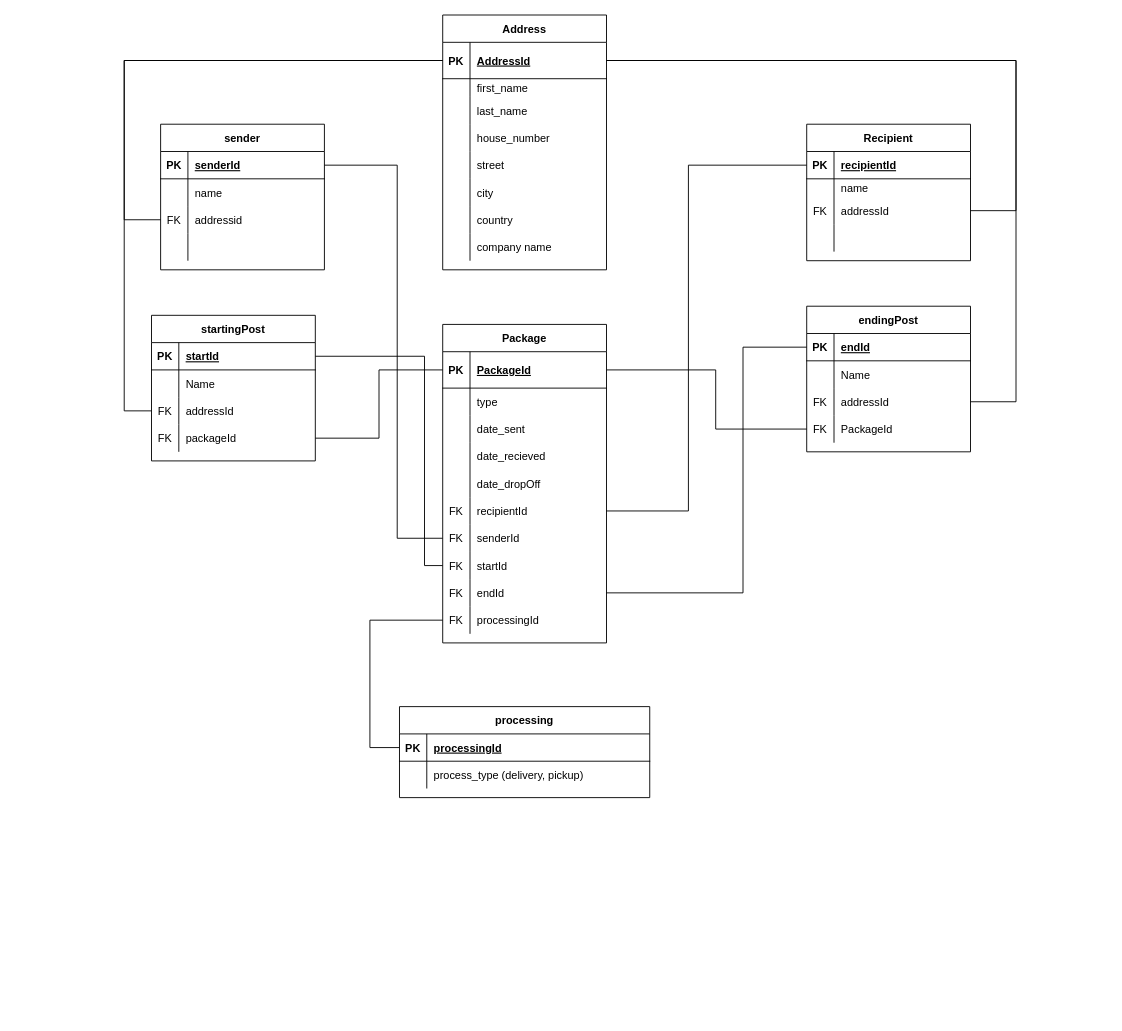
The draw.io diagram page "Page-5" (4 of 4) of Untitled Diagram.drawio in kblankenhorn/CFLMS-KimberleyB-CodeReview-09, before the edit. Source tidied: cells renumbered, new cells numbered last; positions are measured from the earlier drawing's top-left corner, leaving out a move shared by most shapes. Both pictures are drawn from the tidied source at 91%, with x=0, y=0 at pixel (124, 15).
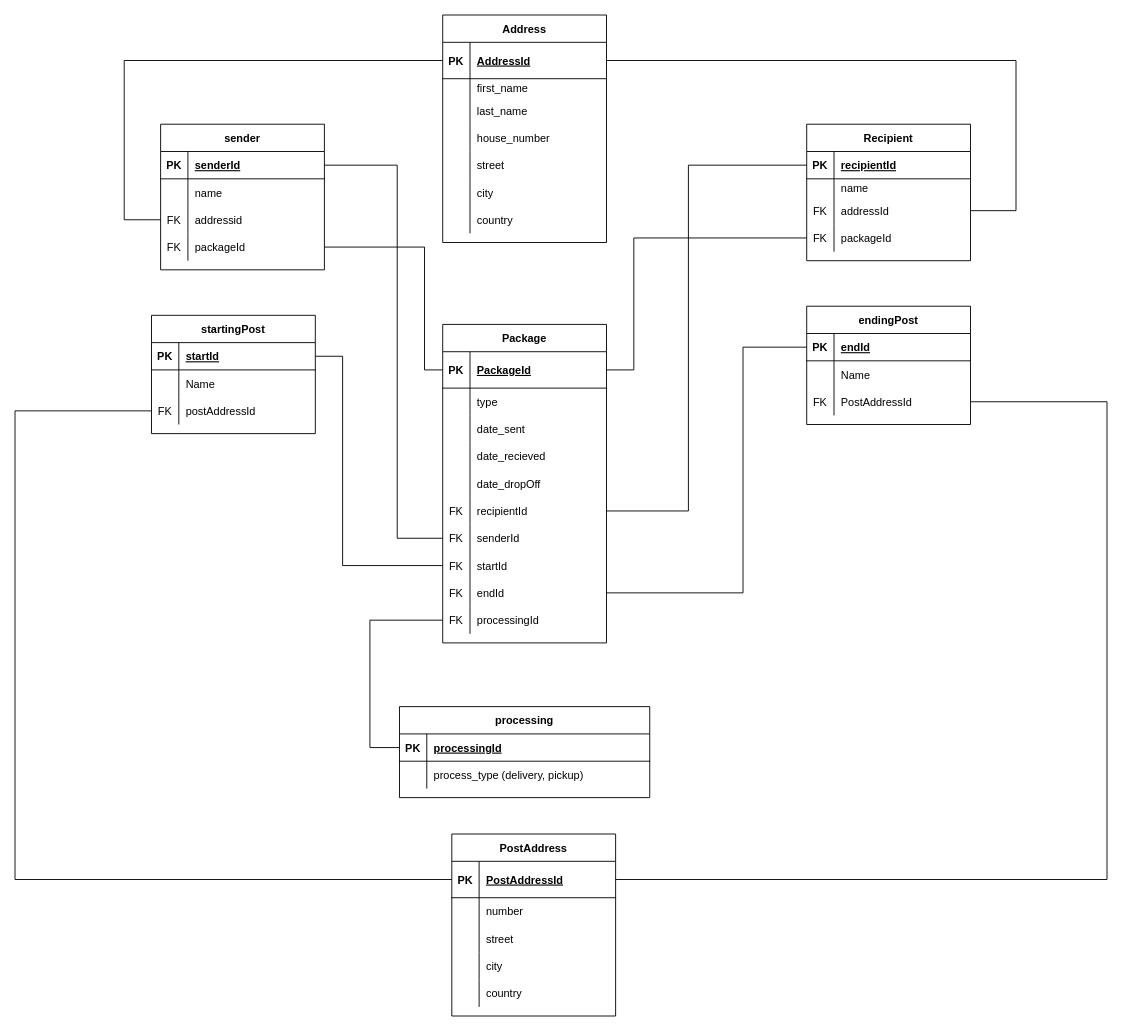
Above is the later version.

The change refers to these unchanged cells:
```xml
<mxCell id="12" style="shape=partialRectangle;fillColor=none;top=0;left=0;bottom=0;right=0;points=[[0,0.5],[1,0.5]];portConstraint=eastwest;" parent="2" vertex="1">
  <mxGeometry y="110" width="180" height="30" as="geometry" />
</mxCell>
<mxCell id="16" style="shape=partialRectangle;fillColor=none;top=0;left=0;bottom=1;right=0;points=[[0,0.5],[1,0.5]];portConstraint=eastwest;" parent="15" vertex="1">
  <mxGeometry y="30" width="180" height="30" as="geometry" />
</mxCell>
<mxCell id="22" style="shape=partialRectangle;fillColor=none;top=0;left=0;bottom=0;right=0;points=[[0,0.5],[1,0.5]];portConstraint=eastwest;" parent="15" vertex="1">
  <mxGeometry y="90" width="180" height="30" as="geometry" />
</mxCell>
<mxCell id="36" style="shape=partialRectangle;fillColor=none;top=0;left=0;bottom=1;right=0;points=[[0,0.5],[1,0.5]];portConstraint=eastwest;" parent="35" vertex="1">
  <mxGeometry y="30" width="180" height="40" as="geometry" />
</mxCell>
<mxCell id="70" style="shape=partialRectangle;fillColor=none;top=0;left=0;bottom=0;right=0;points=[[0,0.5],[1,0.5]];portConstraint=eastwest;" parent="60" vertex="1">
  <mxGeometry y="120" width="180" height="30" as="geometry" />
</mxCell>
<mxCell id="74" style="shape=partialRectangle;fillColor=none;top=0;left=0;bottom=1;right=0;points=[[0,0.5],[1,0.5]];portConstraint=eastwest;" parent="73" vertex="1">
  <mxGeometry y="30" width="180" height="40" as="geometry" />
</mxCell>
<mxCell id="95" style="shape=partialRectangle;fillColor=none;top=0;left=0;bottom=0;right=0;points=[[0,0.5],[1,0.5]];portConstraint=eastwest;" parent="73" vertex="1">
  <mxGeometry y="250" width="180" height="30" as="geometry" />
</mxCell>
<mxCell id="112" style="shape=partialRectangle;fillColor=none;top=0;left=0;bottom=0;right=0;points=[[0,0.5],[1,0.5]];portConstraint=eastwest;" parent="105" vertex="1">
  <mxGeometry y="90" width="180" height="30" as="geometry" />
</mxCell>
```

The edit, as a diff of the source:
```diff
@@
-    <mxCell id="13" style="shape=partialRectangle;fillColor=none;top=0;left=0;bottom=0;right=0;overflow=hidden;" parent="12" vertex="1">
+    <mxCell id="13" value="FK" style="shape=partialRectangle;fillColor=none;top=0;left=0;bottom=0;right=0;overflow=hidden;" parent="12" vertex="1">
       <mxGeometry width="30" height="30" as="geometry" />
     </mxCell>
-    <mxCell id="14" style="shape=partialRectangle;fillColor=none;top=0;left=0;bottom=0;right=0;align=left;spacingLeft=6;overflow=hidden;" parent="12" vertex="1">
+    <mxCell id="14" value="packageId" style="shape=partialRectangle;fillColor=none;top=0;left=0;bottom=0;right=0;align=left;spacingLeft=6;overflow=hidden;" parent="12" vertex="1">
       <mxGeometry x="30" width="150" height="30" as="geometry" />
     </mxCell>
     <mxCell id="15" value="startingPost" style="shape=table;startSize=30;childLayout=tableLayout;rowLines=0;fontStyle=1;align=center;" parent="1" vertex="1">
-      <mxGeometry x="30" y="330" width="180" height="160" as="geometry" />
+      <mxGeometry x="30" y="330" width="180" height="130" as="geometry" />
     </mxCell>
@@
-    <mxCell id="24" value="addressId" style="shape=partialRectangle;fillColor=none;top=0;left=0;bottom=0;right=0;align=left;spacingLeft=6;overflow=hidden;" parent="22" vertex="1">
+    <mxCell id="24" value="postAddressId" style="shape=partialRectangle;fillColor=none;top=0;left=0;bottom=0;right=0;align=left;spacingLeft=6;overflow=hidden;" parent="22" vertex="1">
       <mxGeometry x="30" width="150" height="30" as="geometry" />
     </mxCell>
-    <mxCell id="25" style="shape=partialRectangle;fillColor=none;top=0;left=0;bottom=0;right=0;points=[[0,0.5],[1,0.5]];portConstraint=eastwest;" parent="15" vertex="1">
-      <mxGeometry y="120" width="180" height="30" as="geometry" />
-    </mxCell>
-    <mxCell id="26" value="FK" style="shape=partialRectangle;fillColor=none;top=0;left=0;bottom=0;right=0;overflow=hidden;" parent="25" vertex="1">
-      <mxGeometry width="30" height="30" as="geometry" />
-    </mxCell>
-    <mxCell id="27" value="packageId" style="shape=partialRectangle;fillColor=none;top=0;left=0;bottom=0;right=0;align=left;spacingLeft=6;overflow=hidden;" parent="25" vertex="1">
-      <mxGeometry x="30" width="150" height="30" as="geometry" />
-    </mxCell>
@@
     <mxCell id="35" value="Address" style="shape=table;startSize=30;childLayout=tableLayout;rowLines=0;fontStyle=1;align=center;" parent="1" vertex="1">
-      <mxGeometry x="350" width="180" height="280" as="geometry" />
+      <mxGeometry x="350" width="180" height="250" as="geometry" />
     </mxCell>
@@
-    <mxCell id="57" style="shape=partialRectangle;fillColor=none;top=0;left=0;bottom=0;right=0;" parent="35" vertex="1">
-      <mxGeometry y="240" width="180" height="30" as="geometry" />
-    </mxCell>
-    <mxCell id="58" style="shape=partialRectangle;fillColor=none;top=0;left=0;bottom=0;right=0;overflow=hidden;" parent="57" vertex="1">
-      <mxGeometry width="30" height="30" as="geometry" />
-    </mxCell>
-    <mxCell id="59" value="company name" style="shape=partialRectangle;fillColor=none;top=0;left=0;bottom=0;right=0;align=left;spacingLeft=6;overflow=hidden;" parent="57" vertex="1">
-      <mxGeometry x="30" width="150" height="30" as="geometry" />
-    </mxCell>
@@
-    <mxCell id="71" style="shape=partialRectangle;fillColor=none;top=0;left=0;bottom=0;right=0;overflow=hidden;" parent="70" vertex="1">
+    <mxCell id="71" value="FK" style="shape=partialRectangle;fillColor=none;top=0;left=0;bottom=0;right=0;overflow=hidden;" parent="70" vertex="1">
       <mxGeometry width="30" height="30" as="geometry" />
     </mxCell>
-    <mxCell id="72" style="shape=partialRectangle;fillColor=none;top=0;left=0;bottom=0;right=0;align=left;spacingLeft=6;overflow=hidden;" parent="70" vertex="1">
+    <mxCell id="72" value="packageId" style="shape=partialRectangle;fillColor=none;top=0;left=0;bottom=0;right=0;align=left;spacingLeft=6;overflow=hidden;" parent="70" vertex="1">
       <mxGeometry x="30" width="150" height="30" as="geometry" />
     </mxCell>
@@
     <mxCell id="105" value="endingPost" style="shape=table;startSize=30;childLayout=tableLayout;rowLines=0;fontStyle=1;align=center;" parent="1" vertex="1">
-      <mxGeometry x="750" y="320" width="180" height="160" as="geometry" />
+      <mxGeometry x="750" y="320" width="180" height="130" as="geometry" />
     </mxCell>
@@
-    <mxCell id="114" value="addressId" style="shape=partialRectangle;fillColor=none;top=0;left=0;bottom=0;right=0;align=left;spacingLeft=6;overflow=hidden;" parent="112" vertex="1">
+    <mxCell id="114" value="PostAddressId" style="shape=partialRectangle;fillColor=none;top=0;left=0;bottom=0;right=0;align=left;spacingLeft=6;overflow=hidden;" parent="112" vertex="1">
       <mxGeometry x="30" width="150" height="30" as="geometry" />
     </mxCell>
-    <mxCell id="115" style="shape=partialRectangle;fillColor=none;top=0;left=0;bottom=0;right=0;points=[[0,0.5],[1,0.5]];portConstraint=eastwest;" parent="105" vertex="1">
-      <mxGeometry y="120" width="180" height="30" as="geometry" />
-    </mxCell>
-    <mxCell id="116" value="FK" style="shape=partialRectangle;fillColor=none;top=0;left=0;bottom=0;right=0;overflow=hidden;" parent="115" vertex="1">
-      <mxGeometry width="30" height="30" as="geometry" />
-    </mxCell>
-    <mxCell id="117" value="PackageId" style="shape=partialRectangle;fillColor=none;top=0;left=0;bottom=0;right=0;align=left;spacingLeft=6;overflow=hidden;" parent="115" vertex="1">
-      <mxGeometry x="30" width="150" height="30" as="geometry" />
-    </mxCell>
@@
-    <mxCell id="119" style="endArrow=none;html=1;rounded=0;exitX=0;exitY=0.5;exitDx=0;exitDy=0;entryX=0;entryY=0.5;entryDx=0;entryDy=0;" parent="1" edge="1" source="22" target="36">
-      <mxGeometry relative="1" as="geometry">
-        <Array as="points">
-          <mxPoint y="435" />
-          <mxPoint y="50" />
-        </Array>
-      </mxGeometry>
-    </mxCell>
-    <mxCell id="120" style="endArrow=none;html=1;rounded=0;exitX=1;exitY=0.5;exitDx=0;exitDy=0;entryX=1;entryY=0.5;entryDx=0;entryDy=0;" parent="1" edge="1" source="112" target="36">
-      <mxGeometry relative="1" as="geometry">
-        <Array as="points">
-          <mxPoint x="980" y="425" />
-          <mxPoint x="980" y="50" />
-        </Array>
-      </mxGeometry>
-    </mxCell>
-    <mxCell id="121" style="endArrow=none;html=1;rounded=0;exitX=1;exitY=0.5;exitDx=0;exitDy=0;entryX=0;entryY=0.5;entryDx=0;entryDy=0;" parent="1" edge="1" source="25" target="74">
-      <mxGeometry relative="1" as="geometry">
-        <Array as="points">
-          <mxPoint x="280" y="465" />
-          <mxPoint x="280" y="390" />
-        </Array>
-      </mxGeometry>
-    </mxCell>
     <mxCell id="122" style="endArrow=none;html=1;rounded=0;exitX=1;exitY=0.5;exitDx=0;exitDy=0;entryX=0;entryY=0.5;entryDx=0;entryDy=0;" parent="1" edge="1" source="16" target="95">
       <mxGeometry relative="1" as="geometry">
         <Array as="points">
-          <mxPoint x="330" y="375" />
-          <mxPoint x="330" y="605" />
+          <mxPoint x="240" y="375" />
+          <mxPoint x="240" y="605" />
         </Array>
       </mxGeometry>
     </mxCell>
@@
-    <mxCell id="126" style="endArrow=none;html=1;rounded=0;entryX=0;entryY=0.5;entryDx=0;entryDy=0;exitX=1;exitY=0.5;exitDx=0;exitDy=0;" parent="1" edge="1" source="74" target="115">
-      <mxGeometry relative="1" as="geometry">
-        <Array as="points">
-          <mxPoint x="650" y="390" />
-          <mxPoint x="650" y="455" />
-        </Array>
-      </mxGeometry>
-    </mxCell>
@@
+    <mxCell id="128" value="PostAddress" style="shape=table;startSize=30;childLayout=tableLayout;rowLines=0;fontStyle=1;align=center;" parent="1" vertex="1">
+      <mxGeometry x="360" y="900" width="180" height="200" as="geometry" />
+    </mxCell>
+    <mxCell id="129" style="shape=partialRectangle;fillColor=none;top=0;left=0;bottom=1;right=0;points=[[0,0.5],[1,0.5]];portConstraint=eastwest;" parent="128" vertex="1">
+      <mxGeometry y="30" width="180" height="40" as="geometry" />
+    </mxCell>
+    <mxCell id="130" value="PK" style="shape=partialRectangle;fillColor=none;top=0;left=0;bottom=0;right=0;fontStyle=1;overflow=hidden;" parent="129" vertex="1">
+      <mxGeometry width="30" height="40" as="geometry" />
+    </mxCell>
+    <mxCell id="131" value="PostAddressId" style="shape=partialRectangle;fillColor=none;top=0;left=0;bottom=0;right=0;align=left;spacingLeft=6;fontStyle=5;overflow=hidden;" parent="129" vertex="1">
+      <mxGeometry x="30" width="150" height="40" as="geometry" />
+    </mxCell>
+    <mxCell id="132" style="shape=partialRectangle;fillColor=none;top=0;left=0;bottom=0;right=0;" parent="128" vertex="1">
+      <mxGeometry y="70" width="180" height="30" as="geometry" />
+    </mxCell>
+    <mxCell id="133" style="shape=partialRectangle;fillColor=none;top=0;left=0;bottom=0;right=0;overflow=hidden;" parent="132" vertex="1">
+      <mxGeometry width="30" height="30" as="geometry" />
+    </mxCell>
+    <mxCell id="134" value="number" style="shape=partialRectangle;fillColor=none;top=0;left=0;bottom=0;right=0;align=left;spacingLeft=6;overflow=hidden;" parent="132" vertex="1">
+      <mxGeometry x="30" width="150" height="30" as="geometry" />
+    </mxCell>
+    <mxCell id="135" style="shape=partialRectangle;fillColor=none;top=0;left=0;bottom=0;right=0;" parent="128" vertex="1">
+      <mxGeometry y="100" width="180" height="30" as="geometry" />
+    </mxCell>
+    <mxCell id="136" style="shape=partialRectangle;fillColor=none;top=0;left=0;bottom=0;right=0;overflow=hidden;" parent="135" vertex="1">
+      <mxGeometry width="30" height="30" as="geometry" />
+    </mxCell>
+    <mxCell id="137" value="street" style="shape=partialRectangle;fillColor=none;top=0;left=0;bottom=0;right=0;align=left;spacingLeft=6;overflow=hidden;" parent="135" vertex="1">
+      <mxGeometry x="30" width="150" height="30" as="geometry" />
+    </mxCell>
+    <mxCell id="138" style="shape=partialRectangle;fillColor=none;top=0;left=0;bottom=0;right=0;" parent="128" vertex="1">
+      <mxGeometry y="130" width="180" height="30" as="geometry" />
+    </mxCell>
+    <mxCell id="139" style="shape=partialRectangle;fillColor=none;top=0;left=0;bottom=0;right=0;overflow=hidden;" parent="138" vertex="1">
+      <mxGeometry width="30" height="30" as="geometry" />
+    </mxCell>
+    <mxCell id="140" value="city" style="shape=partialRectangle;fillColor=none;top=0;left=0;bottom=0;right=0;align=left;spacingLeft=6;overflow=hidden;" parent="138" vertex="1">
+      <mxGeometry x="30" width="150" height="30" as="geometry" />
+    </mxCell>
+    <mxCell id="141" style="shape=partialRectangle;fillColor=none;top=0;left=0;bottom=0;right=0;" parent="128" vertex="1">
+      <mxGeometry y="160" width="180" height="30" as="geometry" />
+    </mxCell>
+    <mxCell id="142" style="shape=partialRectangle;fillColor=none;top=0;left=0;bottom=0;right=0;overflow=hidden;" parent="141" vertex="1">
+      <mxGeometry width="30" height="30" as="geometry" />
+    </mxCell>
+    <mxCell id="143" value="country" style="shape=partialRectangle;fillColor=none;top=0;left=0;bottom=0;right=0;align=left;spacingLeft=6;overflow=hidden;" parent="141" vertex="1">
+      <mxGeometry x="30" width="150" height="30" as="geometry" />
+    </mxCell>
+    <mxCell id="144" style="endArrow=none;html=1;rounded=0;entryX=0;entryY=0.5;entryDx=0;entryDy=0;exitX=0;exitY=0.5;exitDx=0;exitDy=0;" parent="1" edge="1" source="129" target="22">
+      <mxGeometry relative="1" as="geometry">
+        <Array as="points">
+          <mxPoint x="-120" y="950" />
+          <mxPoint x="-120" y="435" />
+        </Array>
+      </mxGeometry>
+    </mxCell>
+    <mxCell id="145" style="endArrow=none;html=1;rounded=0;entryX=1;entryY=0.5;entryDx=0;entryDy=0;exitX=1;exitY=0.5;exitDx=0;exitDy=0;" parent="1" edge="1" source="129" target="112">
+      <mxGeometry relative="1" as="geometry">
+        <Array as="points">
+          <mxPoint x="1080" y="950" />
+          <mxPoint x="1080" y="425" />
+        </Array>
+      </mxGeometry>
+    </mxCell>
+    <mxCell id="146" style="endArrow=none;html=1;rounded=0;exitX=1;exitY=0.5;exitDx=0;exitDy=0;entryX=0;entryY=0.5;entryDx=0;entryDy=0;" parent="1" edge="1" source="70" target="74">
+      <mxGeometry relative="1" as="geometry">
+        <Array as="points">
+          <mxPoint x="330" y="255" />
+          <mxPoint x="330" y="390" />
+        </Array>
+      </mxGeometry>
+    </mxCell>
+    <mxCell id="147" style="endArrow=none;html=1;rounded=0;exitX=1;exitY=0.5;exitDx=0;exitDy=0;entryX=0;entryY=0.5;entryDx=0;entryDy=0;" parent="1" edge="1" source="74" target="12">
+      <mxGeometry relative="1" as="geometry">
+        <Array as="points">
+          <mxPoint x="560" y="390" />
+          <mxPoint x="560" y="245" />
+        </Array>
+      </mxGeometry>
+    </mxCell>
```
